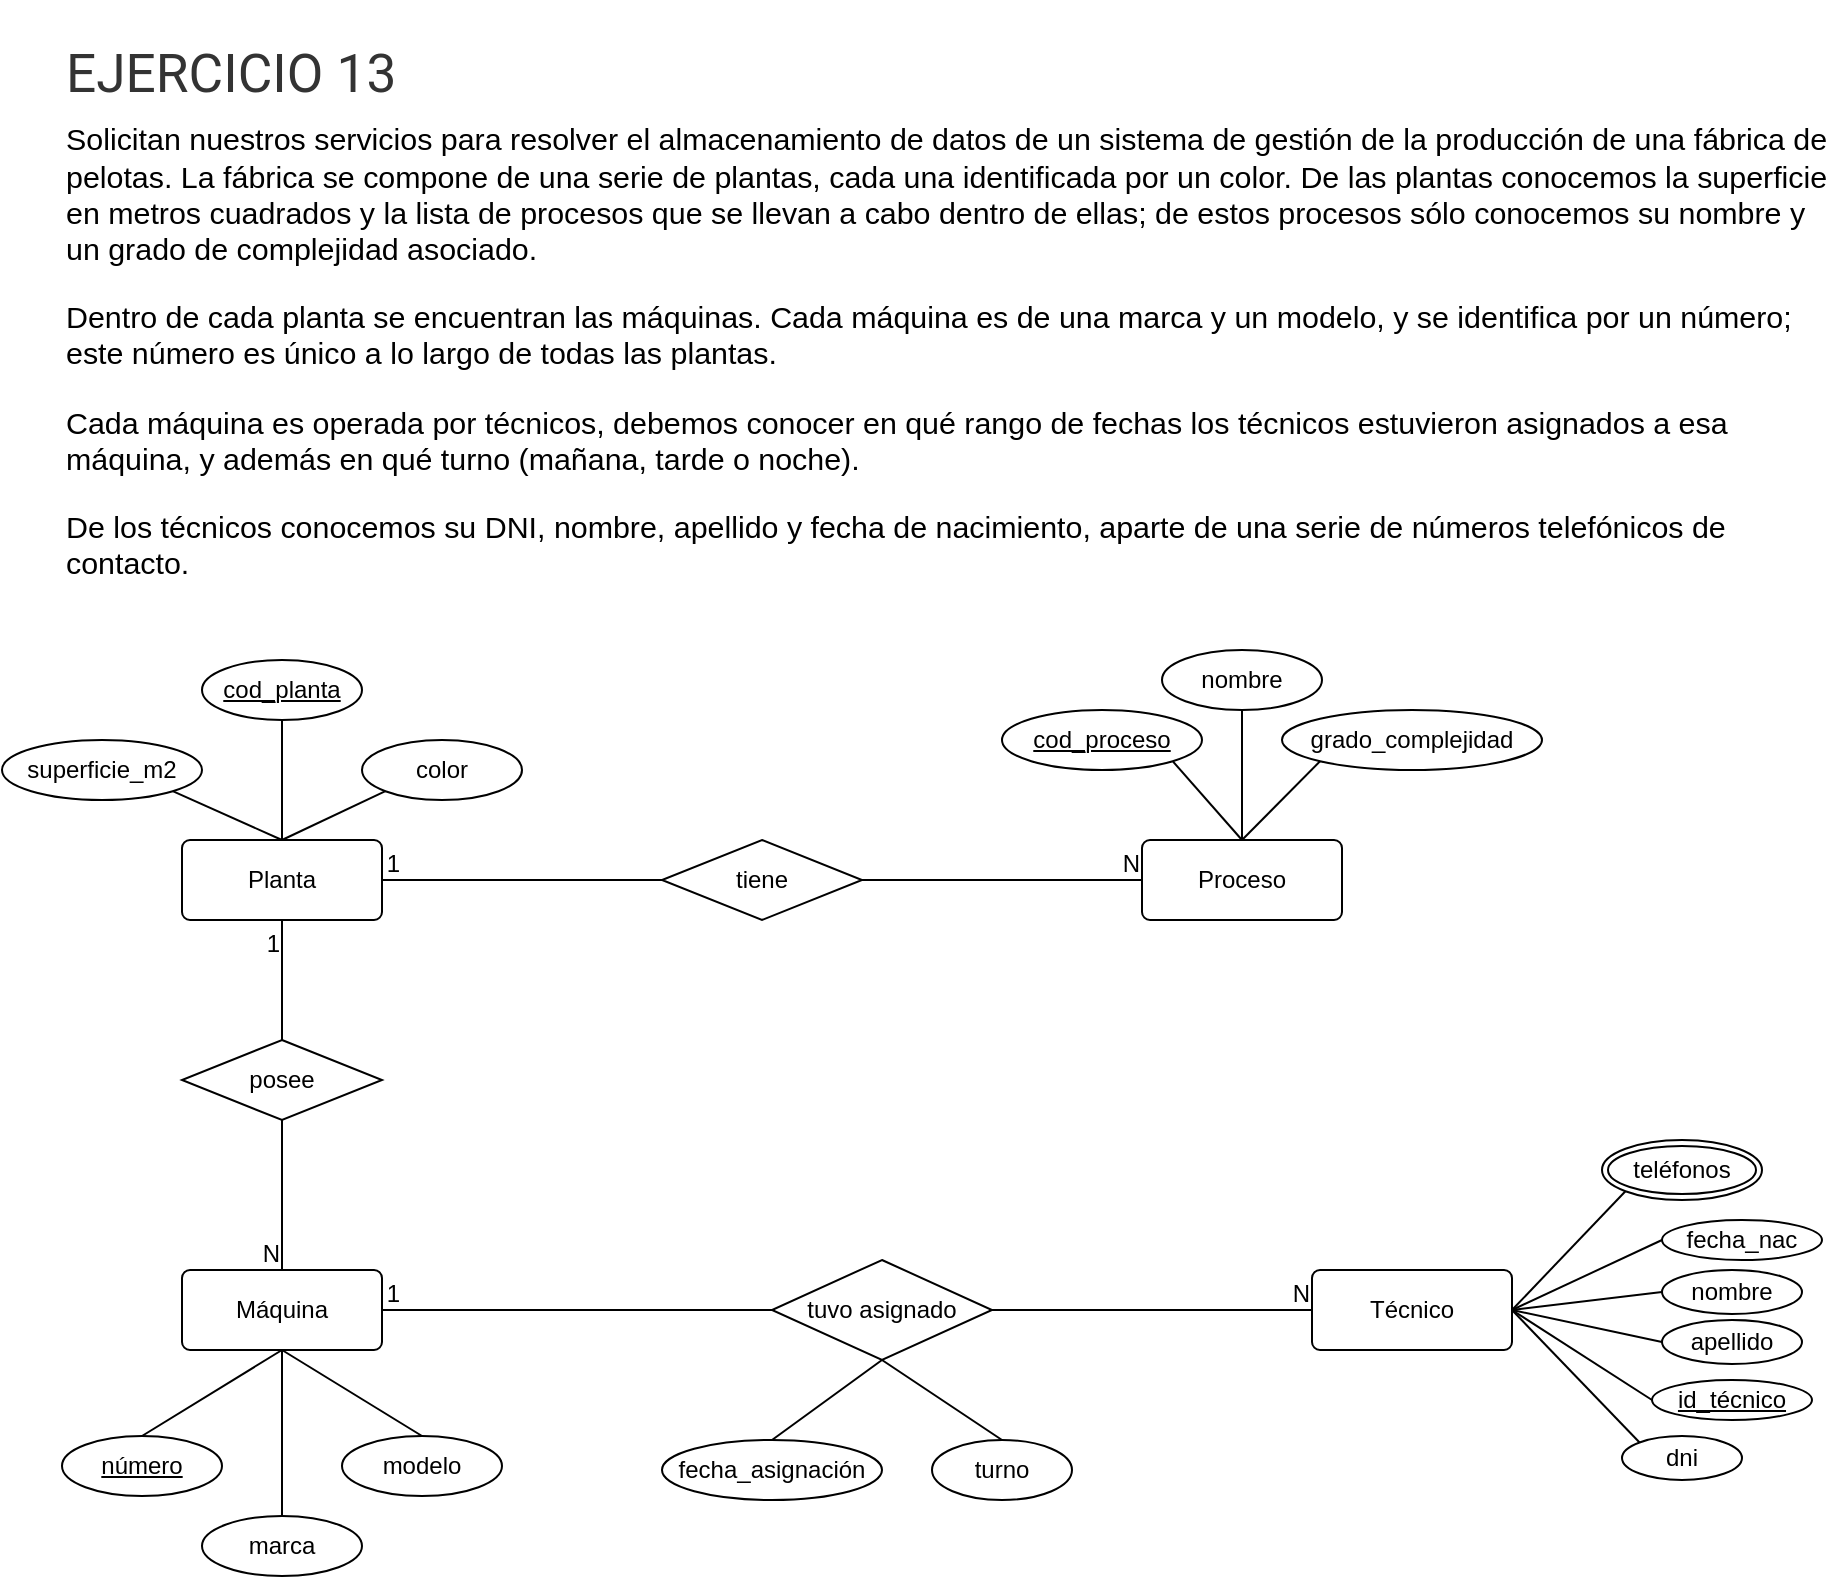
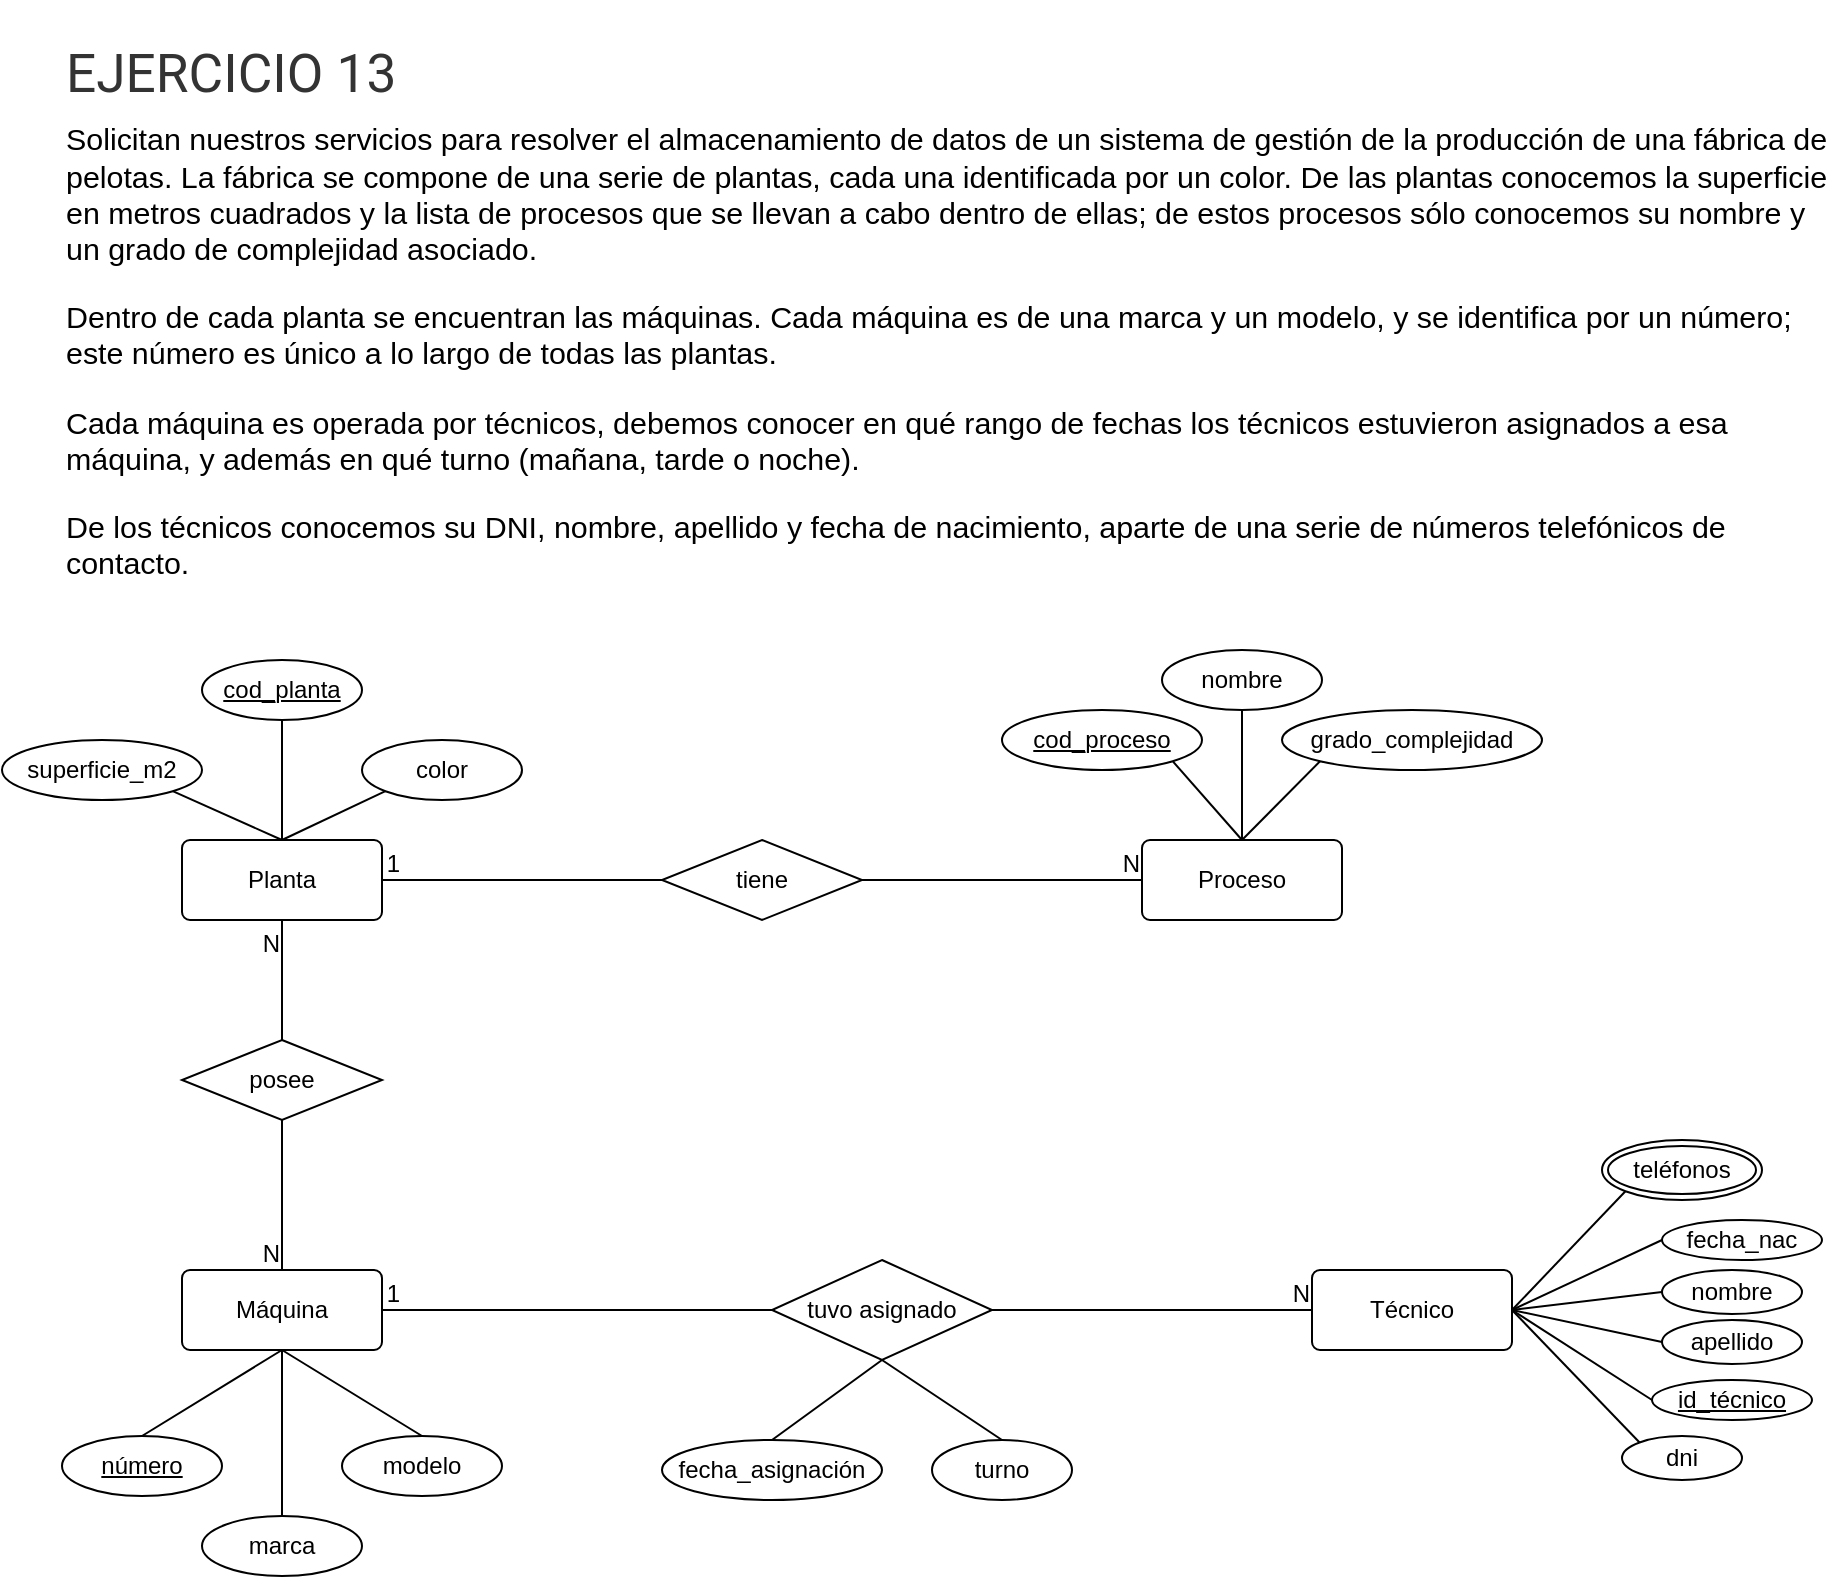
<mxfile host="app.diagrams.net">
  <diagram name="Página-1" id="dDNBranZba3NlD8anCg2">
    <mxGraphModel dx="2558" dy="1503" grid="1" gridSize="10" guides="1" tooltips="1" connect="1" arrows="1" fold="1" page="1" pageScale="1" pageWidth="1169" pageHeight="827" math="0" shadow="0">
      <root>
        <mxCell id="0" />
        <mxCell id="1" parent="0" />
        <mxCell id="__fQeJzKLpHXALts6HS9-1" parent="1" style="text;html=1;whiteSpace=wrap;overflow=hidden;rounded=0;" value="&#xa;&lt;h3 style=&quot;box-sizing: border-box; margin: 0px 0px 0.5rem; padding: 0px; font-weight: 400; line-height: 1.2; color: rgb(51, 51, 51); font-size: 1.6625rem; font-family: Roboto; font-style: normal; font-variant-ligatures: normal; font-variant-caps: normal; letter-spacing: normal; orphans: 2; text-align: start; text-indent: 0px; text-transform: none; widows: 2; word-spacing: 0px; -webkit-text-stroke-width: 0px; white-space: normal; background-color: rgb(255, 255, 255); text-decoration-thickness: initial; text-decoration-style: initial; text-decoration-color: initial;&quot;&gt;EJERCICIO 13&lt;/h3&gt;&lt;p style=&quot;box-sizing: border-box; margin: 0px 0px 1rem; padding: 0px; color: rgb(0, 0, 0); font-family: Barlow, Arial, sans-serif; font-size: 15.2px; font-style: normal; font-variant-ligatures: normal; font-variant-caps: normal; font-weight: 400; letter-spacing: normal; orphans: 2; text-align: start; text-indent: 0px; text-transform: none; widows: 2; word-spacing: 0px; -webkit-text-stroke-width: 0px; white-space: normal; background-color: rgb(255, 255, 255); text-decoration-thickness: initial; text-decoration-style: initial; text-decoration-color: initial;&quot;&gt;&lt;span lang=&quot;ES&quot; style=&quot;box-sizing: border-box; margin: 0px; padding: 0px;&quot;&gt;Solicitan nuestros servicios para resolver el almacenamiento de datos de un sistema de gestión de la producción de una fábrica de pelotas. La fábrica se compone de una serie de plantas, cada una identificada por un color. De las plantas conocemos la superficie en metros cuadrados y la lista de procesos que se llevan a cabo dentro de ellas; de estos procesos sólo conocemos su nombre y un grado de complejidad asociado.&lt;/span&gt;&lt;/p&gt;&lt;p style=&quot;box-sizing: border-box; margin: 0px 0px 1rem; padding: 0px; color: rgb(0, 0, 0); font-family: Barlow, Arial, sans-serif; font-size: 15.2px; font-style: normal; font-variant-ligatures: normal; font-variant-caps: normal; font-weight: 400; letter-spacing: normal; orphans: 2; text-align: start; text-indent: 0px; text-transform: none; widows: 2; word-spacing: 0px; -webkit-text-stroke-width: 0px; white-space: normal; background-color: rgb(255, 255, 255); text-decoration-thickness: initial; text-decoration-style: initial; text-decoration-color: initial;&quot;&gt;&lt;span lang=&quot;ES&quot; style=&quot;box-sizing: border-box; margin: 0px; padding: 0px;&quot;&gt;Dentro de cada planta se encuentran las máquinas. Cada máquina es de una marca y un modelo, y se identifica por un número; este número es único a lo largo de todas las plantas.&lt;/span&gt;&lt;/p&gt;&lt;p style=&quot;box-sizing: border-box; margin: 0px 0px 1rem; padding: 0px; color: rgb(0, 0, 0); font-family: Barlow, Arial, sans-serif; font-size: 15.2px; font-style: normal; font-variant-ligatures: normal; font-variant-caps: normal; font-weight: 400; letter-spacing: normal; orphans: 2; text-align: start; text-indent: 0px; text-transform: none; widows: 2; word-spacing: 0px; -webkit-text-stroke-width: 0px; white-space: normal; background-color: rgb(255, 255, 255); text-decoration-thickness: initial; text-decoration-style: initial; text-decoration-color: initial;&quot;&gt;&lt;span lang=&quot;ES&quot; style=&quot;box-sizing: border-box; margin: 0px; padding: 0px;&quot;&gt;Cada máquina es operada por técnicos, debemos conocer en qué rango de fechas los técnicos estuvieron asignados a esa máquina, y además en qué turno (mañana, tarde o noche).&lt;/span&gt;&lt;/p&gt;&lt;p style=&quot;box-sizing: border-box; margin: 0px 0px 1rem; padding: 0px; color: rgb(0, 0, 0); font-family: Barlow, Arial, sans-serif; font-size: 15.2px; font-style: normal; font-variant-ligatures: normal; font-variant-caps: normal; font-weight: 400; letter-spacing: normal; orphans: 2; text-align: start; text-indent: 0px; text-transform: none; widows: 2; word-spacing: 0px; -webkit-text-stroke-width: 0px; white-space: normal; background-color: rgb(255, 255, 255); text-decoration-thickness: initial; text-decoration-style: initial; text-decoration-color: initial;&quot;&gt;&lt;span lang=&quot;ES&quot; style=&quot;box-sizing: border-box; margin: 0px; padding: 0px;&quot;&gt;De los técnicos conocemos su DNI, nombre, apellido y fecha de nacimiento, aparte de una serie de números telefónicos de contacto.&lt;/span&gt;&lt;/p&gt;&lt;p style=&quot;box-sizing: border-box; margin: 0px 0px 1rem; padding: 0px; color: rgb(0, 0, 0); font-family: Barlow, Arial, sans-serif; font-size: 15.2px; font-style: normal; font-variant-ligatures: normal; font-variant-caps: normal; font-weight: 400; letter-spacing: normal; orphans: 2; text-align: start; text-indent: 0px; text-transform: none; widows: 2; word-spacing: 0px; -webkit-text-stroke-width: 0px; white-space: normal; background-color: rgb(255, 255, 255); text-decoration-thickness: initial; text-decoration-style: initial; text-decoration-color: initial;&quot;&gt;&lt;span lang=&quot;ES&quot; style=&quot;box-sizing: border-box; margin: 0px; padding: 0px;&quot;&gt;Existen situaciones normales en las que una máquina sale de servicio y debe ser reparada, lo único que nos interesa conocer aquí es cuál otra máquina está asignada para tomar el trabajo que ella no puede realizar.&lt;/span&gt;&lt;/p&gt;&#xa;&#xa;" vertex="1">
          <mxGeometry height="300" width="890" x="-480" y="-350" as="geometry" />
        </mxCell>
        <mxCell id="__fQeJzKLpHXALts6HS9-2" parent="1" style="rounded=1;arcSize=10;whiteSpace=wrap;html=1;align=center;" value="Planta" vertex="1">
          <mxGeometry height="40" width="100" x="-420" y="70" as="geometry" />
        </mxCell>
        <mxCell id="__fQeJzKLpHXALts6HS9-4" parent="1" style="ellipse;whiteSpace=wrap;html=1;align=center;" value="superficie_m2" vertex="1">
          <mxGeometry height="30" width="100" x="-510" y="20" as="geometry" />
        </mxCell>
        <mxCell id="__fQeJzKLpHXALts6HS9-5" parent="1" style="ellipse;whiteSpace=wrap;html=1;align=center;fontStyle=4;" value="cod_planta" vertex="1">
          <mxGeometry height="30" width="80" x="-410" y="-20" as="geometry" />
        </mxCell>
        <mxCell id="__fQeJzKLpHXALts6HS9-6" parent="1" style="ellipse;whiteSpace=wrap;html=1;align=center;" value="color" vertex="1">
          <mxGeometry height="30" width="80" x="-330" y="20" as="geometry" />
        </mxCell>
        <mxCell id="__fQeJzKLpHXALts6HS9-7" parent="1" style="rounded=1;arcSize=10;whiteSpace=wrap;html=1;align=center;" value="Proceso" vertex="1">
          <mxGeometry height="40" width="100" x="60" y="70" as="geometry" />
        </mxCell>
        <mxCell id="__fQeJzKLpHXALts6HS9-8" parent="1" style="ellipse;whiteSpace=wrap;html=1;align=center;" value="nombre" vertex="1">
          <mxGeometry height="30" width="80" x="70" y="-25" as="geometry" />
        </mxCell>
        <mxCell id="__fQeJzKLpHXALts6HS9-9" parent="1" style="ellipse;whiteSpace=wrap;html=1;align=center;" value="grado_complejidad" vertex="1">
          <mxGeometry height="30" width="130" x="130" y="5" as="geometry" />
        </mxCell>
        <mxCell id="__fQeJzKLpHXALts6HS9-10" parent="1" style="ellipse;whiteSpace=wrap;html=1;align=center;fontStyle=4;" value="cod_proceso" vertex="1">
          <mxGeometry height="30" width="100" x="-10" y="5" as="geometry" />
        </mxCell>
        <mxCell id="__fQeJzKLpHXALts6HS9-11" parent="1" style="rounded=1;arcSize=10;whiteSpace=wrap;html=1;align=center;" value="Máquina" vertex="1">
          <mxGeometry height="40" width="100" x="-420" y="285" as="geometry" />
        </mxCell>
        <mxCell id="__fQeJzKLpHXALts6HS9-12" parent="1" style="ellipse;whiteSpace=wrap;html=1;align=center;" value="marca" vertex="1">
          <mxGeometry height="30" width="80" x="-410" y="408" as="geometry" />
        </mxCell>
        <mxCell id="__fQeJzKLpHXALts6HS9-13" parent="1" style="ellipse;whiteSpace=wrap;html=1;align=center;" value="modelo" vertex="1">
          <mxGeometry height="30" width="80" x="-340" y="368" as="geometry" />
        </mxCell>
        <mxCell id="__fQeJzKLpHXALts6HS9-15" parent="1" style="ellipse;whiteSpace=wrap;html=1;align=center;fontStyle=4;" value="número" vertex="1">
          <mxGeometry height="30" width="80" x="-480" y="368" as="geometry" />
        </mxCell>
        <mxCell id="__fQeJzKLpHXALts6HS9-16" parent="1" style="rounded=1;arcSize=10;whiteSpace=wrap;html=1;align=center;" value="Técnico" vertex="1">
          <mxGeometry height="40" width="100" x="145" y="285" as="geometry" />
        </mxCell>
        <mxCell id="__fQeJzKLpHXALts6HS9-17" parent="1" style="shape=rhombus;perimeter=rhombusPerimeter;whiteSpace=wrap;html=1;align=center;" value="tuvo asignado" vertex="1">
          <mxGeometry height="50" width="110" x="-125" y="280" as="geometry" />
        </mxCell>
        <mxCell id="__fQeJzKLpHXALts6HS9-18" parent="1" style="ellipse;whiteSpace=wrap;html=1;align=center;" value="fecha_asignación" vertex="1">
          <mxGeometry height="30" width="110" x="-180" y="370" as="geometry" />
        </mxCell>
        <mxCell id="__fQeJzKLpHXALts6HS9-19" parent="1" style="ellipse;whiteSpace=wrap;html=1;align=center;" value="turno" vertex="1">
          <mxGeometry height="30" width="70" x="-45" y="370" as="geometry" />
        </mxCell>
        <mxCell id="__fQeJzKLpHXALts6HS9-21" parent="1" style="ellipse;whiteSpace=wrap;html=1;align=center;" value="nombre" vertex="1">
          <mxGeometry height="22" width="70" x="320" y="285" as="geometry" />
        </mxCell>
        <mxCell id="__fQeJzKLpHXALts6HS9-22" parent="1" style="ellipse;whiteSpace=wrap;html=1;align=center;" value="dni" vertex="1">
          <mxGeometry height="22" width="60" x="300" y="368" as="geometry" />
        </mxCell>
        <mxCell id="__fQeJzKLpHXALts6HS9-23" parent="1" style="ellipse;whiteSpace=wrap;html=1;align=center;" value="apellido" vertex="1">
          <mxGeometry height="22" width="70" x="320" y="310" as="geometry" />
        </mxCell>
        <mxCell id="__fQeJzKLpHXALts6HS9-24" parent="1" style="ellipse;whiteSpace=wrap;html=1;align=center;" value="fecha_nac" vertex="1">
          <mxGeometry height="20" width="80" x="320" y="260" as="geometry" />
        </mxCell>
        <mxCell id="__fQeJzKLpHXALts6HS9-25" parent="1" style="ellipse;shape=doubleEllipse;margin=3;whiteSpace=wrap;html=1;align=center;" value="teléfonos" vertex="1">
          <mxGeometry height="30" width="80" x="290" y="220" as="geometry" />
        </mxCell>
        <mxCell id="__fQeJzKLpHXALts6HS9-27" parent="1" style="ellipse;whiteSpace=wrap;html=1;align=center;fontStyle=4;" value="id_técnico" vertex="1">
          <mxGeometry height="20" width="80" x="315" y="340" as="geometry" />
        </mxCell>
        <mxCell id="__fQeJzKLpHXALts6HS9-28" parent="1" style="shape=rhombus;perimeter=rhombusPerimeter;whiteSpace=wrap;html=1;align=center;" value="tiene" vertex="1">
          <mxGeometry height="40" width="100" x="-180" y="70" as="geometry" />
        </mxCell>
        <mxCell id="__fQeJzKLpHXALts6HS9-29" parent="1" style="shape=rhombus;perimeter=rhombusPerimeter;whiteSpace=wrap;html=1;align=center;" value="posee" vertex="1">
          <mxGeometry height="40" width="100" x="-420" y="170" as="geometry" />
        </mxCell>
        <mxCell id="__fQeJzKLpHXALts6HS9-30" edge="1" parent="1" source="__fQeJzKLpHXALts6HS9-17" style="endArrow=none;html=1;rounded=0;exitX=1;exitY=0.5;exitDx=0;exitDy=0;entryX=0;entryY=0.5;entryDx=0;entryDy=0;" target="__fQeJzKLpHXALts6HS9-16" value="">
          <mxGeometry relative="1" as="geometry">
            <mxPoint x="20" y="40" as="sourcePoint" />
            <mxPoint x="180" y="40" as="targetPoint" />
          </mxGeometry>
        </mxCell>
        <mxCell id="__fQeJzKLpHXALts6HS9-31" connectable="0" parent="__fQeJzKLpHXALts6HS9-30" style="resizable=0;html=1;whiteSpace=wrap;align=right;verticalAlign=bottom;" value="N" vertex="1">
          <mxGeometry relative="1" x="1" as="geometry" />
        </mxCell>
        <mxCell id="__fQeJzKLpHXALts6HS9-32" edge="1" parent="1" source="__fQeJzKLpHXALts6HS9-17" style="endArrow=none;html=1;rounded=0;exitX=0.5;exitY=1;exitDx=0;exitDy=0;entryX=0.5;entryY=0;entryDx=0;entryDy=0;" target="__fQeJzKLpHXALts6HS9-19" value="">
          <mxGeometry relative="1" as="geometry">
            <mxPoint x="20" y="370" as="sourcePoint" />
            <mxPoint x="180" y="370" as="targetPoint" />
          </mxGeometry>
        </mxCell>
        <mxCell id="__fQeJzKLpHXALts6HS9-33" edge="1" parent="1" source="__fQeJzKLpHXALts6HS9-17" style="endArrow=none;html=1;rounded=0;exitX=0.5;exitY=1;exitDx=0;exitDy=0;entryX=0.5;entryY=0;entryDx=0;entryDy=0;" target="__fQeJzKLpHXALts6HS9-18" value="">
          <mxGeometry relative="1" as="geometry">
            <mxPoint x="-130" y="350" as="sourcePoint" />
            <mxPoint x="-70" y="390" as="targetPoint" />
          </mxGeometry>
        </mxCell>
        <mxCell id="__fQeJzKLpHXALts6HS9-34" edge="1" parent="1" source="__fQeJzKLpHXALts6HS9-17" style="endArrow=none;html=1;rounded=0;entryX=1;entryY=0.5;entryDx=0;entryDy=0;exitX=0;exitY=0.5;exitDx=0;exitDy=0;" target="__fQeJzKLpHXALts6HS9-11" value="">
          <mxGeometry relative="1" as="geometry">
            <mxPoint x="20" y="370" as="sourcePoint" />
            <mxPoint x="180" y="370" as="targetPoint" />
          </mxGeometry>
        </mxCell>
        <mxCell id="__fQeJzKLpHXALts6HS9-35" connectable="0" parent="__fQeJzKLpHXALts6HS9-34" style="resizable=0;html=1;whiteSpace=wrap;align=right;verticalAlign=bottom;" value="1" vertex="1">
          <mxGeometry relative="1" x="1" as="geometry">
            <mxPoint x="10" as="offset" />
          </mxGeometry>
        </mxCell>
        <mxCell id="__fQeJzKLpHXALts6HS9-36" edge="1" parent="1" source="__fQeJzKLpHXALts6HS9-11" style="endArrow=none;html=1;rounded=0;exitX=0.5;exitY=1;exitDx=0;exitDy=0;entryX=0.5;entryY=0;entryDx=0;entryDy=0;" target="__fQeJzKLpHXALts6HS9-13" value="">
          <mxGeometry relative="1" as="geometry">
            <mxPoint x="-250" y="530" as="sourcePoint" />
            <mxPoint x="-190" y="570" as="targetPoint" />
          </mxGeometry>
        </mxCell>
        <mxCell id="__fQeJzKLpHXALts6HS9-37" edge="1" parent="1" source="__fQeJzKLpHXALts6HS9-11" style="endArrow=none;html=1;rounded=0;exitX=0.5;exitY=1;exitDx=0;exitDy=0;entryX=0.5;entryY=0;entryDx=0;entryDy=0;" target="__fQeJzKLpHXALts6HS9-15" value="">
          <mxGeometry relative="1" as="geometry">
            <mxPoint x="-380" y="370" as="sourcePoint" />
            <mxPoint x="-320" y="410" as="targetPoint" />
          </mxGeometry>
        </mxCell>
        <mxCell id="__fQeJzKLpHXALts6HS9-38" edge="1" parent="1" source="__fQeJzKLpHXALts6HS9-11" style="endArrow=none;html=1;rounded=0;exitX=0.5;exitY=1;exitDx=0;exitDy=0;entryX=0.5;entryY=0;entryDx=0;entryDy=0;" target="__fQeJzKLpHXALts6HS9-12" value="">
          <mxGeometry relative="1" as="geometry">
            <mxPoint x="-350" y="380" as="sourcePoint" />
            <mxPoint x="-290" y="420" as="targetPoint" />
          </mxGeometry>
        </mxCell>
        <mxCell id="__fQeJzKLpHXALts6HS9-39" edge="1" parent="1" source="__fQeJzKLpHXALts6HS9-28" style="endArrow=none;html=1;rounded=0;exitX=0;exitY=0.5;exitDx=0;exitDy=0;entryX=1;entryY=0.5;entryDx=0;entryDy=0;" target="__fQeJzKLpHXALts6HS9-2" value="">
          <mxGeometry relative="1" as="geometry">
            <mxPoint x="-210" y="90" as="sourcePoint" />
            <mxPoint x="180" y="40" as="targetPoint" />
          </mxGeometry>
        </mxCell>
        <mxCell id="__fQeJzKLpHXALts6HS9-40" connectable="0" parent="__fQeJzKLpHXALts6HS9-39" style="resizable=0;html=1;whiteSpace=wrap;align=right;verticalAlign=bottom;" value="1" vertex="1">
          <mxGeometry relative="1" x="1" as="geometry">
            <mxPoint x="10" as="offset" />
          </mxGeometry>
        </mxCell>
        <mxCell id="__fQeJzKLpHXALts6HS9-41" edge="1" parent="1" source="__fQeJzKLpHXALts6HS9-28" style="endArrow=none;html=1;rounded=0;exitX=1;exitY=0.5;exitDx=0;exitDy=0;entryX=0;entryY=0.5;entryDx=0;entryDy=0;" target="__fQeJzKLpHXALts6HS9-7" value="">
          <mxGeometry relative="1" as="geometry">
            <mxPoint x="20" y="40" as="sourcePoint" />
            <mxPoint x="180" y="40" as="targetPoint" />
          </mxGeometry>
        </mxCell>
        <mxCell id="__fQeJzKLpHXALts6HS9-42" connectable="0" parent="__fQeJzKLpHXALts6HS9-41" style="resizable=0;html=1;whiteSpace=wrap;align=right;verticalAlign=bottom;" value="N" vertex="1">
          <mxGeometry relative="1" x="1" as="geometry" />
        </mxCell>
        <mxCell id="__fQeJzKLpHXALts6HS9-43" edge="1" parent="1" source="__fQeJzKLpHXALts6HS9-8" style="endArrow=none;html=1;rounded=0;exitX=0.5;exitY=1;exitDx=0;exitDy=0;entryX=0.5;entryY=0;entryDx=0;entryDy=0;" target="__fQeJzKLpHXALts6HS9-7" value="">
          <mxGeometry relative="1" as="geometry">
            <mxPoint x="-60" y="180" as="sourcePoint" />
            <mxPoint y="220" as="targetPoint" />
          </mxGeometry>
        </mxCell>
        <mxCell id="__fQeJzKLpHXALts6HS9-44" edge="1" parent="1" source="__fQeJzKLpHXALts6HS9-9" style="endArrow=none;html=1;rounded=0;exitX=0;exitY=1;exitDx=0;exitDy=0;entryX=0.5;entryY=0;entryDx=0;entryDy=0;" target="__fQeJzKLpHXALts6HS9-7" value="">
          <mxGeometry relative="1" as="geometry">
            <mxPoint x="110" y="70" as="sourcePoint" />
            <mxPoint x="170" y="110" as="targetPoint" />
          </mxGeometry>
        </mxCell>
        <mxCell id="__fQeJzKLpHXALts6HS9-45" edge="1" parent="1" source="__fQeJzKLpHXALts6HS9-10" style="endArrow=none;html=1;rounded=0;exitX=1;exitY=1;exitDx=0;exitDy=0;entryX=0.5;entryY=0;entryDx=0;entryDy=0;" target="__fQeJzKLpHXALts6HS9-7" value="">
          <mxGeometry relative="1" as="geometry">
            <mxPoint x="100" y="60" as="sourcePoint" />
            <mxPoint x="160" y="100" as="targetPoint" />
          </mxGeometry>
        </mxCell>
        <mxCell id="__fQeJzKLpHXALts6HS9-46" edge="1" parent="1" source="__fQeJzKLpHXALts6HS9-4" style="endArrow=none;html=1;rounded=0;exitX=1;exitY=1;exitDx=0;exitDy=0;entryX=0.5;entryY=0;entryDx=0;entryDy=0;" target="__fQeJzKLpHXALts6HS9-2" value="">
          <mxGeometry relative="1" as="geometry">
            <mxPoint x="-480" y="90" as="sourcePoint" />
            <mxPoint x="-420" y="130" as="targetPoint" />
          </mxGeometry>
        </mxCell>
        <mxCell id="__fQeJzKLpHXALts6HS9-47" edge="1" parent="1" source="__fQeJzKLpHXALts6HS9-5" style="endArrow=none;html=1;rounded=0;exitX=0.5;exitY=1;exitDx=0;exitDy=0;entryX=0.5;entryY=0;entryDx=0;entryDy=0;" target="__fQeJzKLpHXALts6HS9-2" value="">
          <mxGeometry relative="1" as="geometry">
            <mxPoint x="-370" y="60" as="sourcePoint" />
            <mxPoint x="-310" y="100" as="targetPoint" />
          </mxGeometry>
        </mxCell>
        <mxCell id="__fQeJzKLpHXALts6HS9-48" edge="1" parent="1" source="__fQeJzKLpHXALts6HS9-6" style="endArrow=none;html=1;rounded=0;exitX=0;exitY=1;exitDx=0;exitDy=0;entryX=0.5;entryY=0;entryDx=0;entryDy=0;" target="__fQeJzKLpHXALts6HS9-2" value="">
          <mxGeometry relative="1" as="geometry">
            <mxPoint x="-360" y="80" as="sourcePoint" />
            <mxPoint x="-300" y="120" as="targetPoint" />
          </mxGeometry>
        </mxCell>
        <mxCell id="__fQeJzKLpHXALts6HS9-52" edge="1" parent="1" source="__fQeJzKLpHXALts6HS9-16" style="endArrow=none;html=1;rounded=0;exitX=1;exitY=0.5;exitDx=0;exitDy=0;entryX=0;entryY=1;entryDx=0;entryDy=0;" target="__fQeJzKLpHXALts6HS9-25" value="">
          <mxGeometry relative="1" as="geometry">
            <mxPoint x="250" y="370" as="sourcePoint" />
            <mxPoint x="310" y="410" as="targetPoint" />
          </mxGeometry>
        </mxCell>
        <mxCell id="__fQeJzKLpHXALts6HS9-53" edge="1" parent="1" source="__fQeJzKLpHXALts6HS9-16" style="endArrow=none;html=1;rounded=0;exitX=1;exitY=0.5;exitDx=0;exitDy=0;entryX=0;entryY=0.5;entryDx=0;entryDy=0;" target="__fQeJzKLpHXALts6HS9-24" value="">
          <mxGeometry relative="1" as="geometry">
            <mxPoint x="280" y="320" as="sourcePoint" />
            <mxPoint x="340" y="360" as="targetPoint" />
          </mxGeometry>
        </mxCell>
        <mxCell id="__fQeJzKLpHXALts6HS9-54" edge="1" parent="1" source="__fQeJzKLpHXALts6HS9-16" style="endArrow=none;html=1;rounded=0;exitX=1;exitY=0.5;exitDx=0;exitDy=0;entryX=0;entryY=0.5;entryDx=0;entryDy=0;" target="__fQeJzKLpHXALts6HS9-21" value="">
          <mxGeometry relative="1" as="geometry">
            <mxPoint x="270" y="330" as="sourcePoint" />
            <mxPoint x="330" y="370" as="targetPoint" />
          </mxGeometry>
        </mxCell>
        <mxCell id="__fQeJzKLpHXALts6HS9-55" edge="1" parent="1" source="__fQeJzKLpHXALts6HS9-16" style="endArrow=none;html=1;rounded=0;exitX=1;exitY=0.5;exitDx=0;exitDy=0;entryX=0;entryY=0.5;entryDx=0;entryDy=0;" target="__fQeJzKLpHXALts6HS9-23" value="">
          <mxGeometry relative="1" as="geometry">
            <mxPoint x="270" y="330" as="sourcePoint" />
            <mxPoint x="330" y="370" as="targetPoint" />
          </mxGeometry>
        </mxCell>
        <mxCell id="__fQeJzKLpHXALts6HS9-56" edge="1" parent="1" source="__fQeJzKLpHXALts6HS9-16" style="endArrow=none;html=1;rounded=0;exitX=1;exitY=0.5;exitDx=0;exitDy=0;entryX=0;entryY=0.5;entryDx=0;entryDy=0;" target="__fQeJzKLpHXALts6HS9-27" value="">
          <mxGeometry relative="1" as="geometry">
            <mxPoint x="280" y="340" as="sourcePoint" />
            <mxPoint x="340" y="380" as="targetPoint" />
          </mxGeometry>
        </mxCell>
        <mxCell id="__fQeJzKLpHXALts6HS9-57" edge="1" parent="1" source="__fQeJzKLpHXALts6HS9-16" style="endArrow=none;html=1;rounded=0;exitX=1;exitY=0.5;exitDx=0;exitDy=0;entryX=0;entryY=0;entryDx=0;entryDy=0;" target="__fQeJzKLpHXALts6HS9-22" value="">
          <mxGeometry relative="1" as="geometry">
            <mxPoint x="260" y="360" as="sourcePoint" />
            <mxPoint x="320" y="400" as="targetPoint" />
          </mxGeometry>
        </mxCell>
        <mxCell id="__fQeJzKLpHXALts6HS9-58" edge="1" parent="1" source="__fQeJzKLpHXALts6HS9-29" style="endArrow=none;html=1;rounded=0;exitX=0.5;exitY=1;exitDx=0;exitDy=0;entryX=0.5;entryY=0;entryDx=0;entryDy=0;" target="__fQeJzKLpHXALts6HS9-11" value="">
          <mxGeometry relative="1" as="geometry">
            <mxPoint x="20" y="120" as="sourcePoint" />
            <mxPoint x="180" y="120" as="targetPoint" />
          </mxGeometry>
        </mxCell>
        <mxCell id="__fQeJzKLpHXALts6HS9-59" connectable="0" parent="__fQeJzKLpHXALts6HS9-58" style="resizable=0;html=1;whiteSpace=wrap;align=right;verticalAlign=bottom;" value="N" vertex="1">
          <mxGeometry relative="1" x="1" as="geometry" />
        </mxCell>
        <mxCell id="__fQeJzKLpHXALts6HS9-60" edge="1" parent="1" source="__fQeJzKLpHXALts6HS9-29" style="endArrow=none;html=1;rounded=0;exitX=0.5;exitY=0;exitDx=0;exitDy=0;entryX=0.5;entryY=1;entryDx=0;entryDy=0;" target="__fQeJzKLpHXALts6HS9-2" value="">
          <mxGeometry relative="1" as="geometry">
            <mxPoint x="20" y="120" as="sourcePoint" />
            <mxPoint x="180" y="120" as="targetPoint" />
          </mxGeometry>
        </mxCell>
-         <mxCell id="__fQeJzKLpHXALts6HS9-61" connectable="0" parent="__fQeJzKLpHXALts6HS9-60" style="resizable=0;html=1;whiteSpace=wrap;align=right;verticalAlign=bottom;" value="1" vertex="1">
+         <mxCell id="__fQeJzKLpHXALts6HS9-61" connectable="0" parent="__fQeJzKLpHXALts6HS9-60" style="resizable=0;html=1;whiteSpace=wrap;align=right;verticalAlign=bottom;" value="N" vertex="1">
          <mxGeometry relative="1" x="1" as="geometry">
            <mxPoint y="20" as="offset" />
          </mxGeometry>
        </mxCell>
      </root>
    </mxGraphModel>
  </diagram>
</mxfile>
